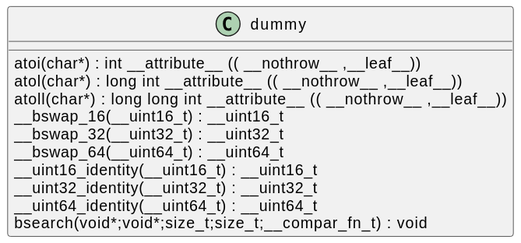
The PlantUML diagram docs/qc/crypto/rc4/rc4_skey.c.svg in qualitesys/openssl, before a commit.
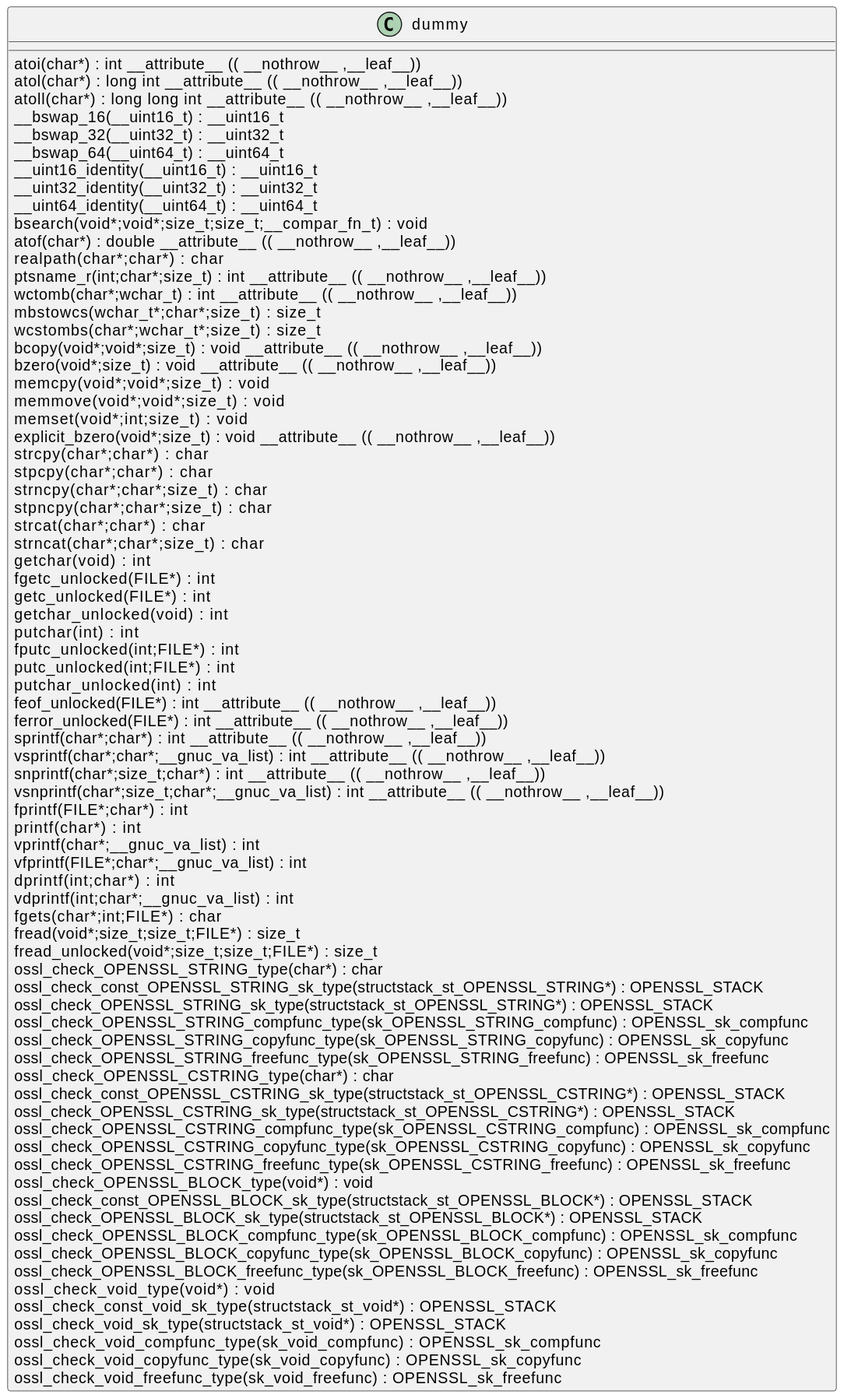
Later version of the same file.

Change to the diagram source:
```diff
@@ -11,5 +11,70 @@
 __uint32_identity(__uint32_t) : __uint32_t [[[./../../.././qc/crypto/rc4/rc4_skey.c.html#593]]]
 __uint64_identity(__uint64_t) : __uint64_t [[[./../../.././qc/crypto/rc4/rc4_skey.c.html#599]]]
 bsearch(void*;void*;size_t;size_t;__compar_fn_t) :  void  [[[./../../.././qc/crypto/rc4/rc4_skey.c.html#1267]]]
+atof(char*) :  double  __attribute__ (( __nothrow__ ,__leaf__)) [[[./../../.././qc/crypto/rc4/rc4_skey.c.html#1]]]
+realpath(char*;char*) :  char  [[[./../../.././qc/crypto/rc4/rc4_skey.c.html#1]]]
+ptsname_r(int;char*;size_t) :  int  __attribute__ (( __nothrow__ ,__leaf__)) [[[./../../.././qc/crypto/rc4/rc4_skey.c.html#1]]]
+wctomb(char*;wchar_t) :  int  __attribute__ (( __nothrow__ ,__leaf__)) [[[./../../.././qc/crypto/rc4/rc4_skey.c.html#1]]]
+mbstowcs(wchar_t*;char*;size_t) : size_t [[[./../../.././qc/crypto/rc4/rc4_skey.c.html#1]]]
+wcstombs(char*;wchar_t*;size_t) : size_t [[[./../../.././qc/crypto/rc4/rc4_skey.c.html#1]]]
+bcopy(void*;void*;size_t) :  void  __attribute__ (( __nothrow__ ,__leaf__)) [[[./../../.././qc/crypto/rc4/rc4_skey.c.html#1]]]
+bzero(void*;size_t) :  void  __attribute__ (( __nothrow__ ,__leaf__)) [[[./../../.././qc/crypto/rc4/rc4_skey.c.html#1]]]
+memcpy(void*;void*;size_t) :  void  [[[./../../.././qc/crypto/rc4/rc4_skey.c.html#1]]]
+memmove(void*;void*;size_t) :  void  [[[./../../.././qc/crypto/rc4/rc4_skey.c.html#1]]]
+memset(void*;int;size_t) :  void  [[[./../../.././qc/crypto/rc4/rc4_skey.c.html#1]]]
+explicit_bzero(void*;size_t) :  void  __attribute__ (( __nothrow__ ,__leaf__)) [[[./../../.././qc/crypto/rc4/rc4_skey.c.html#1]]]
+strcpy(char*;char*) :  char  [[[./../../.././qc/crypto/rc4/rc4_skey.c.html#1]]]
+stpcpy(char*;char*) :  char  [[[./../../.././qc/crypto/rc4/rc4_skey.c.html#1]]]
+strncpy(char*;char*;size_t) :  char  [[[./../../.././qc/crypto/rc4/rc4_skey.c.html#1]]]
+stpncpy(char*;char*;size_t) :  char  [[[./../../.././qc/crypto/rc4/rc4_skey.c.html#1]]]
+strcat(char*;char*) :  char  [[[./../../.././qc/crypto/rc4/rc4_skey.c.html#1]]]
+strncat(char*;char*;size_t) :  char  [[[./../../.././qc/crypto/rc4/rc4_skey.c.html#1]]]
+getchar(void) :  int  [[[./../../.././qc/crypto/rc4/rc4_skey.c.html#1]]]
+fgetc_unlocked(FILE*) :  int  [[[./../../.././qc/crypto/rc4/rc4_skey.c.html#1]]]
+getc_unlocked(FILE*) :  int  [[[./../../.././qc/crypto/rc4/rc4_skey.c.html#1]]]
+getchar_unlocked(void) :  int  [[[./../../.././qc/crypto/rc4/rc4_skey.c.html#1]]]
+putchar(int) :  int  [[[./../../.././qc/crypto/rc4/rc4_skey.c.html#1]]]
+fputc_unlocked(int;FILE*) :  int  [[[./../../.././qc/crypto/rc4/rc4_skey.c.html#1]]]
+putc_unlocked(int;FILE*) :  int  [[[./../../.././qc/crypto/rc4/rc4_skey.c.html#1]]]
+putchar_unlocked(int) :  int  [[[./../../.././qc/crypto/rc4/rc4_skey.c.html#1]]]
+feof_unlocked(FILE*) :  int  __attribute__ (( __nothrow__ ,__leaf__)) [[[./../../.././qc/crypto/rc4/rc4_skey.c.html#1]]]
+ferror_unlocked(FILE*) :  int  __attribute__ (( __nothrow__ ,__leaf__)) [[[./../../.././qc/crypto/rc4/rc4_skey.c.html#1]]]
+sprintf(char*;char*) :  int  __attribute__ (( __nothrow__ ,__leaf__)) [[[./../../.././qc/crypto/rc4/rc4_skey.c.html#1]]]
+vsprintf(char*;char*;__gnuc_va_list) :  int  __attribute__ (( __nothrow__ ,__leaf__)) [[[./../../.././qc/crypto/rc4/rc4_skey.c.html#1]]]
+snprintf(char*;size_t;char*) :  int  __attribute__ (( __nothrow__ ,__leaf__)) [[[./../../.././qc/crypto/rc4/rc4_skey.c.html#1]]]
+vsnprintf(char*;size_t;char*;__gnuc_va_list) :  int  __attribute__ (( __nothrow__ ,__leaf__)) [[[./../../.././qc/crypto/rc4/rc4_skey.c.html#1]]]
+fprintf(FILE*;char*) :  int  [[[./../../.././qc/crypto/rc4/rc4_skey.c.html#1]]]
+printf(char*) :  int  [[[./../../.././qc/crypto/rc4/rc4_skey.c.html#1]]]
+vprintf(char*;__gnuc_va_list) :  int  [[[./../../.././qc/crypto/rc4/rc4_skey.c.html#1]]]
+vfprintf(FILE*;char*;__gnuc_va_list) :  int  [[[./../../.././qc/crypto/rc4/rc4_skey.c.html#1]]]
+dprintf(int;char*) :  int  [[[./../../.././qc/crypto/rc4/rc4_skey.c.html#1]]]
+vdprintf(int;char*;__gnuc_va_list) :  int  [[[./../../.././qc/crypto/rc4/rc4_skey.c.html#1]]]
+fgets(char*;int;FILE*) :  char  [[[./../../.././qc/crypto/rc4/rc4_skey.c.html#1]]]
+fread(void*;size_t;size_t;FILE*) : size_t [[[./../../.././qc/crypto/rc4/rc4_skey.c.html#1]]]
+fread_unlocked(void*;size_t;size_t;FILE*) : size_t [[[./../../.././qc/crypto/rc4/rc4_skey.c.html#1]]]
+ossl_check_OPENSSL_STRING_type(char*) :  char  [[[./../../.././qc/crypto/rc4/rc4_skey.c.html#1]]]
+ossl_check_const_OPENSSL_STRING_sk_type(structstack_st_OPENSSL_STRING*) : OPENSSL_STACK [[[./../../.././qc/crypto/rc4/rc4_skey.c.html#1]]]
+ossl_check_OPENSSL_STRING_sk_type(structstack_st_OPENSSL_STRING*) : OPENSSL_STACK [[[./../../.././qc/crypto/rc4/rc4_skey.c.html#1]]]
+ossl_check_OPENSSL_STRING_compfunc_type(sk_OPENSSL_STRING_compfunc) : OPENSSL_sk_compfunc [[[./../../.././qc/crypto/rc4/rc4_skey.c.html#1]]]
+ossl_check_OPENSSL_STRING_copyfunc_type(sk_OPENSSL_STRING_copyfunc) : OPENSSL_sk_copyfunc [[[./../../.././qc/crypto/rc4/rc4_skey.c.html#1]]]
+ossl_check_OPENSSL_STRING_freefunc_type(sk_OPENSSL_STRING_freefunc) : OPENSSL_sk_freefunc [[[./../../.././qc/crypto/rc4/rc4_skey.c.html#1]]]
+ossl_check_OPENSSL_CSTRING_type(char*) :  char  [[[./../../.././qc/crypto/rc4/rc4_skey.c.html#1]]]
+ossl_check_const_OPENSSL_CSTRING_sk_type(structstack_st_OPENSSL_CSTRING*) : OPENSSL_STACK [[[./../../.././qc/crypto/rc4/rc4_skey.c.html#1]]]
+ossl_check_OPENSSL_CSTRING_sk_type(structstack_st_OPENSSL_CSTRING*) : OPENSSL_STACK [[[./../../.././qc/crypto/rc4/rc4_skey.c.html#1]]]
+ossl_check_OPENSSL_CSTRING_compfunc_type(sk_OPENSSL_CSTRING_compfunc) : OPENSSL_sk_compfunc [[[./../../.././qc/crypto/rc4/rc4_skey.c.html#1]]]
+ossl_check_OPENSSL_CSTRING_copyfunc_type(sk_OPENSSL_CSTRING_copyfunc) : OPENSSL_sk_copyfunc [[[./../../.././qc/crypto/rc4/rc4_skey.c.html#1]]]
+ossl_check_OPENSSL_CSTRING_freefunc_type(sk_OPENSSL_CSTRING_freefunc) : OPENSSL_sk_freefunc [[[./../../.././qc/crypto/rc4/rc4_skey.c.html#1]]]
+ossl_check_OPENSSL_BLOCK_type(void*) :  void  [[[./../../.././qc/crypto/rc4/rc4_skey.c.html#1]]]
+ossl_check_const_OPENSSL_BLOCK_sk_type(structstack_st_OPENSSL_BLOCK*) : OPENSSL_STACK [[[./../../.././qc/crypto/rc4/rc4_skey.c.html#1]]]
+ossl_check_OPENSSL_BLOCK_sk_type(structstack_st_OPENSSL_BLOCK*) : OPENSSL_STACK [[[./../../.././qc/crypto/rc4/rc4_skey.c.html#1]]]
+ossl_check_OPENSSL_BLOCK_compfunc_type(sk_OPENSSL_BLOCK_compfunc) : OPENSSL_sk_compfunc [[[./../../.././qc/crypto/rc4/rc4_skey.c.html#1]]]
+ossl_check_OPENSSL_BLOCK_copyfunc_type(sk_OPENSSL_BLOCK_copyfunc) : OPENSSL_sk_copyfunc [[[./../../.././qc/crypto/rc4/rc4_skey.c.html#1]]]
+ossl_check_OPENSSL_BLOCK_freefunc_type(sk_OPENSSL_BLOCK_freefunc) : OPENSSL_sk_freefunc [[[./../../.././qc/crypto/rc4/rc4_skey.c.html#1]]]
+ossl_check_void_type(void*) :  void  [[[./../../.././qc/crypto/rc4/rc4_skey.c.html#1]]]
+ossl_check_const_void_sk_type(structstack_st_void*) : OPENSSL_STACK [[[./../../.././qc/crypto/rc4/rc4_skey.c.html#1]]]
+ossl_check_void_sk_type(structstack_st_void*) : OPENSSL_STACK [[[./../../.././qc/crypto/rc4/rc4_skey.c.html#1]]]
+ossl_check_void_compfunc_type(sk_void_compfunc) : OPENSSL_sk_compfunc [[[./../../.././qc/crypto/rc4/rc4_skey.c.html#1]]]
+ossl_check_void_copyfunc_type(sk_void_copyfunc) : OPENSSL_sk_copyfunc [[[./../../.././qc/crypto/rc4/rc4_skey.c.html#1]]]
+ossl_check_void_freefunc_type(sk_void_freefunc) : OPENSSL_sk_freefunc [[[./../../.././qc/crypto/rc4/rc4_skey.c.html#1]]]
 }
 @enduml
```
